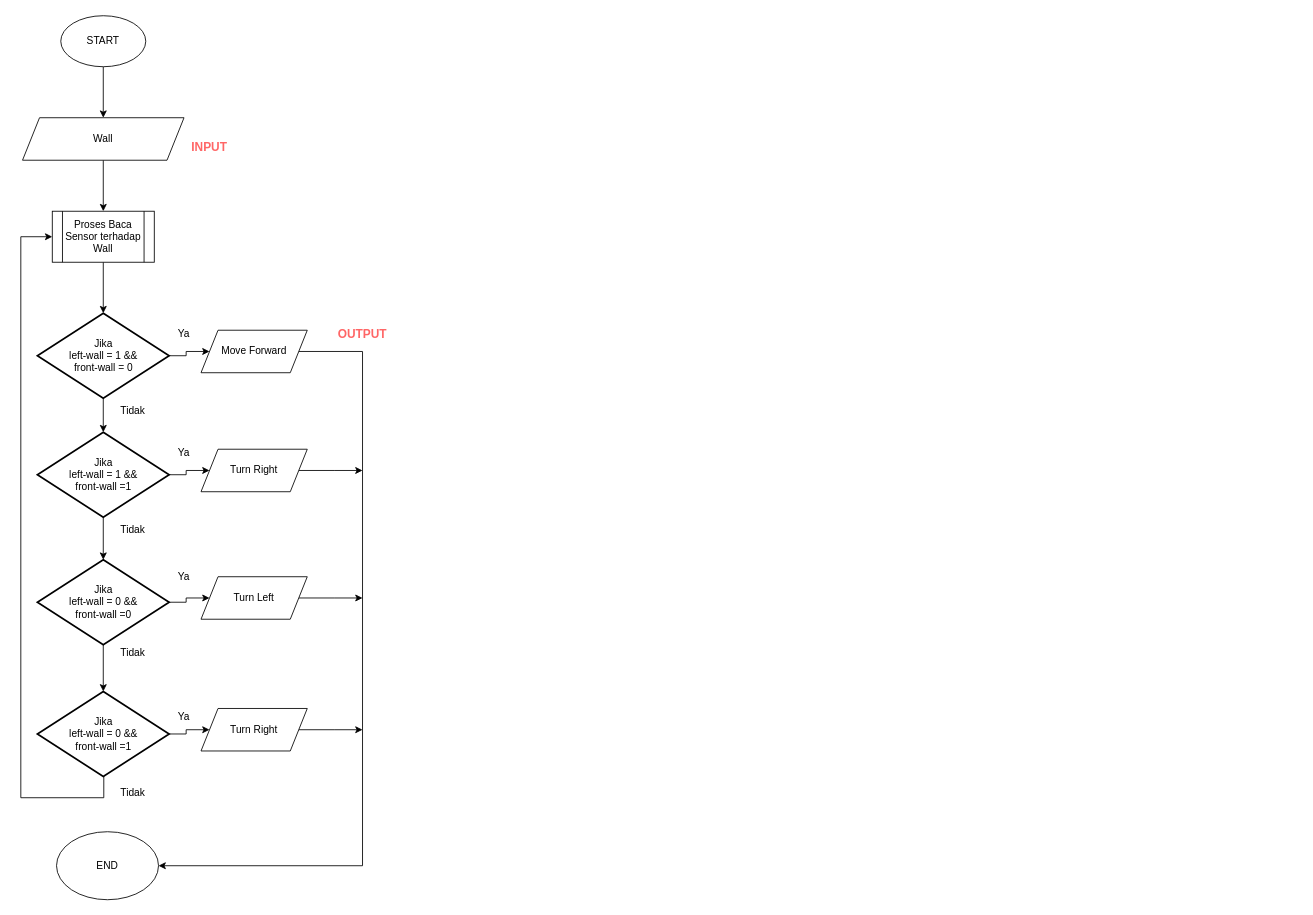
Before: WallFollower_Flowchart.drawio in ilhamdestyo/draw.io, a draw.io diagram. Source tidied: cells renumbered, new cells numbered last; positions are measured from the earlier drawing's top-left corner, leaving out a move shared by most shapes. Both pictures are drawn from the tidied source at 85%, with x=0, y=0 at pixel (20, 15).
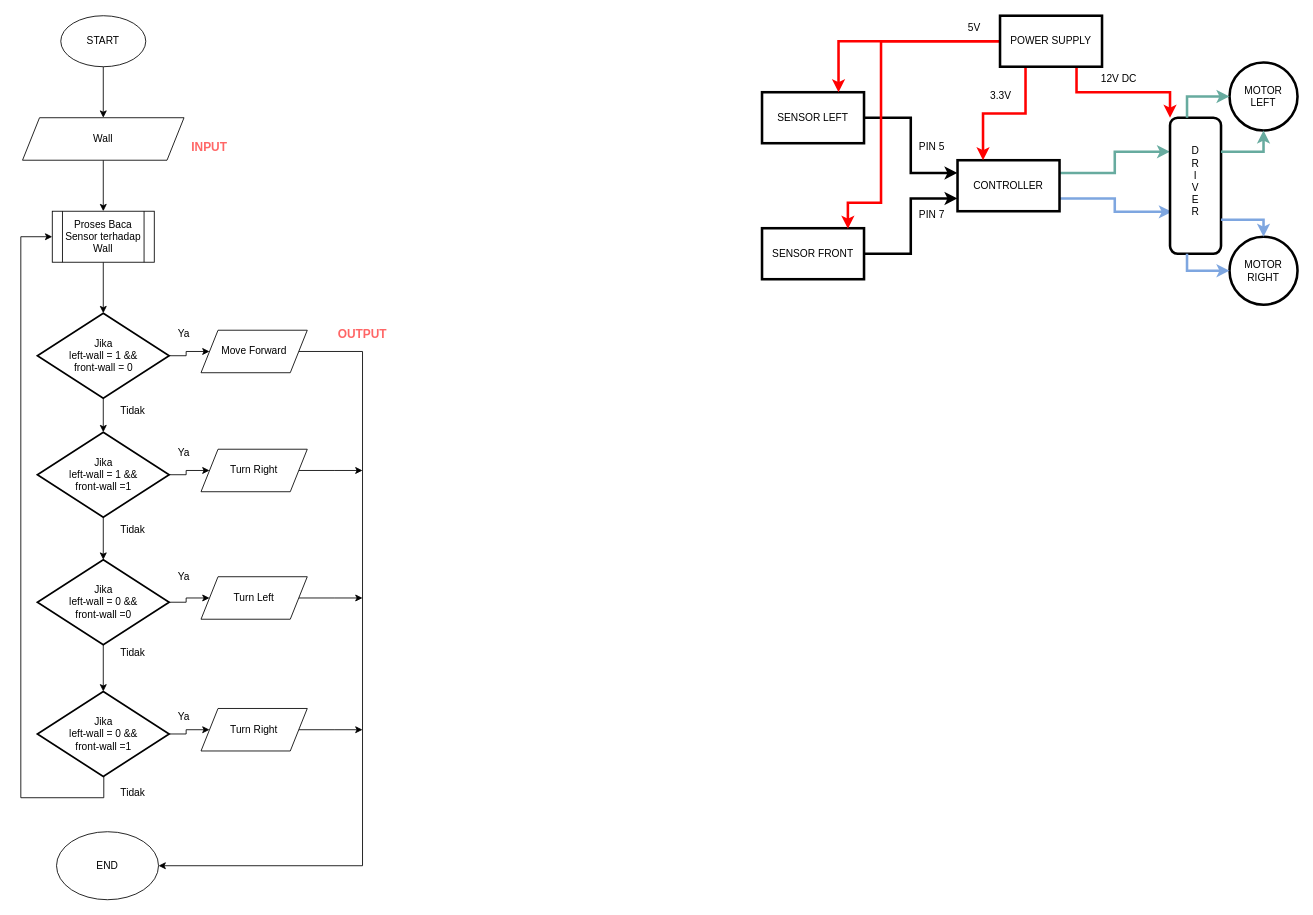
The same diagram, later.

Diff of the diagram source:
```diff
@@
+    <mxCell id="39" style="edgeStyle=orthogonalEdgeStyle;rounded=0;jettySize=auto;html=1;entryX=0;entryY=0.25;entryDx=0;entryDy=0;strokeWidth=3;" parent="1" edge="1" source="40" target="45">
+      <mxGeometry relative="1" as="geometry" />
+    </mxCell>
+    <mxCell id="40" value="SENSOR LEFT" style="rounded=0;whiteSpace=wrap;html=1;strokeWidth=3;" parent="1" vertex="1">
+      <mxGeometry x="872" y="90" width="120" height="60" as="geometry" />
+    </mxCell>
+    <mxCell id="41" style="edgeStyle=orthogonalEdgeStyle;rounded=0;jettySize=auto;html=1;entryX=0;entryY=0.75;entryDx=0;entryDy=0;strokeWidth=3;" parent="1" edge="1" source="42" target="45">
+      <mxGeometry relative="1" as="geometry" />
+    </mxCell>
+    <mxCell id="42" value="SENSOR FRONT" style="rounded=0;whiteSpace=wrap;html=1;strokeWidth=3;" parent="1" vertex="1">
+      <mxGeometry x="872" y="250" width="120" height="60" as="geometry" />
+    </mxCell>
+    <mxCell id="43" style="edgeStyle=orthogonalEdgeStyle;rounded=0;jettySize=auto;html=1;exitX=1;exitY=0.25;exitDx=0;exitDy=0;entryX=0.25;entryY=1;entryDx=0;entryDy=0;strokeColor=#67AB9F;strokeWidth=3;" parent="1" edge="1" source="45" target="57">
+      <mxGeometry relative="1" as="geometry" />
+    </mxCell>
+    <mxCell id="44" style="edgeStyle=orthogonalEdgeStyle;rounded=0;jettySize=auto;html=1;exitX=1;exitY=0.75;exitDx=0;exitDy=0;entryX=0.692;entryY=0.963;entryDx=0;entryDy=0;entryPerimeter=0;strokeColor=#7EA6E0;strokeWidth=3;" parent="1" edge="1" source="45" target="57">
+      <mxGeometry relative="1" as="geometry" />
+    </mxCell>
+    <mxCell id="45" value="CONTROLLER" style="rounded=0;whiteSpace=wrap;html=1;strokeWidth=3;" parent="1" vertex="1">
+      <mxGeometry x="1102" y="170" width="120" height="60" as="geometry" />
+    </mxCell>
+    <mxCell id="46" style="edgeStyle=orthogonalEdgeStyle;rounded=0;jettySize=auto;html=1;exitX=0.25;exitY=1;exitDx=0;exitDy=0;entryX=0.25;entryY=0;entryDx=0;entryDy=0;strokeWidth=3;strokeColor=#FF0000;" parent="1" edge="1" source="50" target="45">
+      <mxGeometry relative="1" as="geometry" />
+    </mxCell>
+    <mxCell id="47" style="edgeStyle=orthogonalEdgeStyle;rounded=0;jettySize=auto;html=1;exitX=0.75;exitY=1;exitDx=0;exitDy=0;entryX=0;entryY=1;entryDx=0;entryDy=0;strokeWidth=3;strokeColor=#FF0000;" parent="1" edge="1" source="50" target="57">
+      <mxGeometry relative="1" as="geometry" />
+    </mxCell>
+    <mxCell id="48" style="edgeStyle=orthogonalEdgeStyle;rounded=0;jettySize=auto;html=1;entryX=0.842;entryY=0.012;entryDx=0;entryDy=0;entryPerimeter=0;strokeColor=#FF0000;strokeWidth=3;" parent="1" edge="1" source="50" target="42">
+      <mxGeometry relative="1" as="geometry">
+        <Array as="points">
+          <mxPoint x="1012" y="30" />
+          <mxPoint x="1012" y="220" />
+          <mxPoint x="973" y="220" />
+        </Array>
+      </mxGeometry>
+    </mxCell>
+    <mxCell id="49" style="edgeStyle=orthogonalEdgeStyle;rounded=0;jettySize=auto;html=1;exitX=0;exitY=0.5;exitDx=0;exitDy=0;entryX=0.75;entryY=0;entryDx=0;entryDy=0;strokeColor=#FF0000;strokeWidth=3;" parent="1" edge="1" source="50" target="40">
+      <mxGeometry relative="1" as="geometry" />
+    </mxCell>
+    <mxCell id="50" value="POWER SUPPLY" style="rounded=0;whiteSpace=wrap;html=1;strokeWidth=3;" parent="1" vertex="1">
+      <mxGeometry x="1152" width="120" height="60" as="geometry" />
+    </mxCell>
+    <mxCell id="51" value="3.3V" style="text;html=1;strokeColor=none;fillColor=none;align=center;verticalAlign=middle;whiteSpace=wrap;rounded=0;strokeWidth=3;" parent="1" vertex="1">
+      <mxGeometry x="1123" y="80" width="60" height="30" as="geometry" />
+    </mxCell>
+    <mxCell id="52" value="PIN 5" style="text;html=1;strokeColor=none;fillColor=none;align=center;verticalAlign=middle;whiteSpace=wrap;rounded=0;strokeWidth=3;" parent="1" vertex="1">
+      <mxGeometry x="1042" y="140" width="60" height="30" as="geometry" />
+    </mxCell>
+    <mxCell id="53" value="PIN 7" style="text;html=1;strokeColor=none;fillColor=none;align=center;verticalAlign=middle;whiteSpace=wrap;rounded=0;strokeWidth=3;" parent="1" vertex="1">
+      <mxGeometry x="1042" y="220" width="60" height="30" as="geometry" />
+    </mxCell>
+    <mxCell id="54" value="MOTOR&lt;br&gt;LEFT" style="ellipse;whiteSpace=wrap;html=1;strokeWidth=3;" parent="1" vertex="1">
+      <mxGeometry x="1422" y="55" width="80" height="80" as="geometry" />
+    </mxCell>
+    <mxCell id="55" value="MOTOR&lt;br&gt;RIGHT" style="ellipse;whiteSpace=wrap;html=1;strokeWidth=3;" parent="1" vertex="1">
+      <mxGeometry x="1422" y="260" width="80" height="80" as="geometry" />
+    </mxCell>
+    <mxCell id="56" style="group;" parent="1" vertex="1">
+      <mxGeometry x="1352" y="120" width="60" height="160" as="geometry" />
+    </mxCell>
+    <mxCell id="57" style="rounded=1;whiteSpace=wrap;html=1;strokeWidth=3;direction=south;" parent="56" vertex="1">
+      <mxGeometry width="60" height="160" as="geometry" />
+    </mxCell>
+    <mxCell id="58" value="D&lt;br&gt;R&lt;br&gt;I&lt;br&gt;V&lt;br&gt;E&lt;br&gt;R" style="text;html=1;strokeColor=none;fillColor=none;align=center;verticalAlign=middle;whiteSpace=wrap;rounded=0;strokeWidth=3;" parent="56" vertex="1">
+      <mxGeometry y="60" width="60" height="30" as="geometry" />
+    </mxCell>
+    <mxCell id="59" style="edgeStyle=orthogonalEdgeStyle;rounded=0;jettySize=auto;html=1;entryX=0;entryY=0.5;entryDx=0;entryDy=0;strokeWidth=3;strokeColor=#67AB9F;" parent="1" edge="1" source="57" target="54">
+      <mxGeometry relative="1" as="geometry">
+        <Array as="points">
+          <mxPoint x="1372" y="95" />
+        </Array>
+      </mxGeometry>
+    </mxCell>
+    <mxCell id="60" style="edgeStyle=orthogonalEdgeStyle;rounded=0;jettySize=auto;html=1;entryX=0;entryY=0.5;entryDx=0;entryDy=0;strokeColor=#7EA6E0;strokeWidth=3;" parent="1" edge="1" source="57" target="55">
+      <mxGeometry relative="1" as="geometry">
+        <Array as="points">
+          <mxPoint x="1372" y="300" />
+        </Array>
+      </mxGeometry>
+    </mxCell>
+    <mxCell id="61" value="12V DC" style="text;html=1;strokeColor=none;fillColor=none;align=center;verticalAlign=middle;whiteSpace=wrap;rounded=0;strokeWidth=3;" parent="1" vertex="1">
+      <mxGeometry x="1262" y="60" width="60" height="30" as="geometry" />
+    </mxCell>
+    <mxCell id="62" value="5V" style="text;html=1;strokeColor=none;fillColor=none;align=center;verticalAlign=middle;whiteSpace=wrap;rounded=0;strokeWidth=3;" parent="1" vertex="1">
+      <mxGeometry x="1092" width="60" height="30" as="geometry" />
+    </mxCell>
+    <mxCell id="63" style="edgeStyle=orthogonalEdgeStyle;rounded=0;jettySize=auto;html=1;exitX=0.25;exitY=0;exitDx=0;exitDy=0;entryX=0.5;entryY=1;entryDx=0;entryDy=0;strokeColor=#67AB9F;strokeWidth=3;" parent="1" edge="1" source="57" target="54">
+      <mxGeometry relative="1" as="geometry" />
+    </mxCell>
+    <mxCell id="64" style="edgeStyle=orthogonalEdgeStyle;rounded=0;jettySize=auto;html=1;exitX=0.75;exitY=0;exitDx=0;exitDy=0;entryX=0.5;entryY=0;entryDx=0;entryDy=0;strokeColor=#7EA6E0;strokeWidth=3;" parent="1" edge="1" source="57" target="55">
+      <mxGeometry relative="1" as="geometry" />
+    </mxCell>
```
